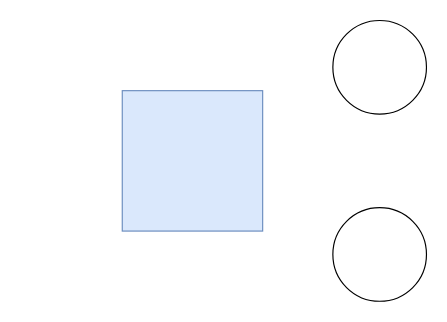
Before: public/Диаграмма без названия.drawio in Roman-wdesign/vue-pinia-tilwind, a draw.io diagram. Source tidied: cells renumbered, new cells numbered last; positions are measured from the earlier drawing's top-left corner, leaving out a move shared by most shapes. Both pictures are drawn from the tidied source at 117%, with x=0, y=0 at pixel (122, 20).
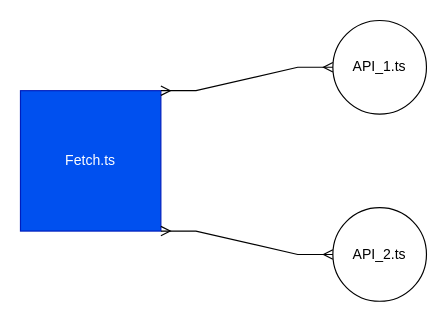
The same page after the edit.

Diff of the diagram source:
```diff
@@
 <mxGraphModel>
   <root>
     <mxCell id="0" />
     <mxCell id="1" parent="0" />
-    <mxCell id="2" style="whiteSpace=wrap;html=1;fillColor=#dae8fc;strokeColor=#6c8ebf;gradientColor=none;" parent="1" vertex="1">
-      <mxGeometry y="60" width="120" height="120" as="geometry" />
-    </mxCell>
-    <mxCell id="3" style="ellipse;whiteSpace=wrap;html=1;" parent="1" vertex="1">
+    <mxCell id="3" value="API_1.ts" style="ellipse;whiteSpace=wrap;html=1;" parent="1" vertex="1">
       <mxGeometry x="180" width="80" height="80" as="geometry" />
     </mxCell>
-    <mxCell id="4" style="ellipse;whiteSpace=wrap;html=1;" parent="1" vertex="1">
+    <mxCell id="4" value="API_2.ts" style="ellipse;whiteSpace=wrap;html=1;" parent="1" vertex="1">
       <mxGeometry x="180" y="160" width="80" height="80" as="geometry" />
     </mxCell>
+    <mxCell id="2" value="&lt;div&gt;Fetch.ts&lt;/div&gt;" style="whiteSpace=wrap;html=1;fillColor=#0050ef;strokeColor=#001DBC;fontColor=#ffffff;" parent="1" vertex="1">
+      <mxGeometry x="-87" y="60" width="120" height="120" as="geometry" />
+    </mxCell>
+    <mxCell id="5" style="edgeStyle=entityRelationEdgeStyle;fontSize=12;html=1;endArrow=ERmany;startArrow=ERmany;rounded=0;exitX=1;exitY=0;exitDx=0;exitDy=0;" parent="1" edge="1" source="2" target="3">
+      <mxGeometry relative="1" as="geometry" />
+    </mxCell>
+    <mxCell id="6" style="edgeStyle=entityRelationEdgeStyle;fontSize=12;html=1;endArrow=ERmany;startArrow=ERmany;rounded=0;exitX=1;exitY=1;exitDx=0;exitDy=0;" parent="1" edge="1" source="2" target="4">
+      <mxGeometry relative="1" as="geometry" />
+    </mxCell>
   </root>
 </mxGraphModel>
```
